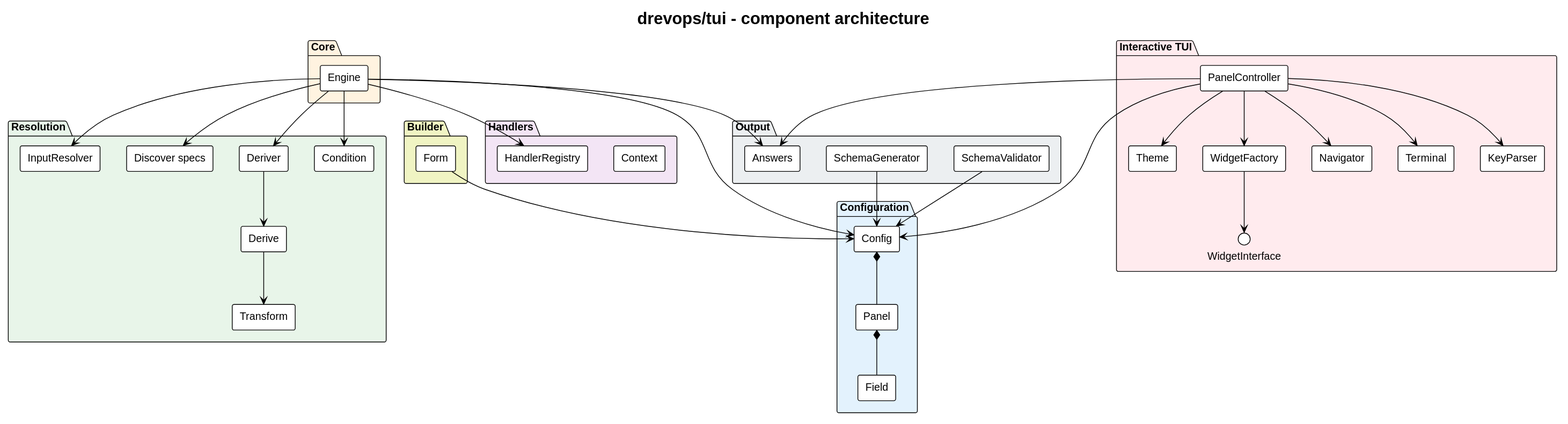
drevops/tui keeps this PlantUML diagram as docs/architecture/architecture.svg. Above is the earlier version. Source of this version:
```plantuml
@startuml
!theme plain
skinparam backgroundColor white
skinparam defaultFontName Helvetica
skinparam shadowing false
skinparam componentStyle rectangle
title drevops/tui - component architecture

package "Builder" #F0F4C3 {
  [Form]
}

package "Configuration" #E3F2FD {
  [Config]
  [Panel]
  [Field]
}

package "Core" #FFF3E0 {
  [Engine]
}

package "Resolution" #E8F5E9 {
  [InputResolver]
  [Discover specs]
  [Deriver]
  [Derive]
  [Transform]
  [Condition]
}

package "Handlers" #F3E5F5 {
  [HandlerRegistry]
  [Context]
}

package "Output" #ECEFF1 {
  [Answers]
  [SchemaGenerator]
  [SchemaValidator]
}

package "Interactive TUI" #FFEBEE {
  [PanelController]
  [Theme]
  [WidgetFactory]
  interface WidgetInterface
  [Navigator]
  [Terminal]
  [KeyParser]
}

[Form] --> [Config]
[Config] *-- [Panel]
[Panel] *-- [Field]

[Engine] --> [Config]
[Engine] --> [InputResolver]
[Engine] --> [Discover specs]
[Engine] --> [Deriver]
[Deriver] --> [Derive]
[Derive] --> [Transform]
[Engine] --> [Condition]
[Engine] --> [HandlerRegistry]
[Engine] --> [Answers]

[SchemaGenerator] --> [Config]
[SchemaValidator] --> [Config]

[PanelController] --> [Config]
[PanelController] --> [Theme]
[PanelController] --> [WidgetFactory]
[WidgetFactory] --> WidgetInterface
[PanelController] --> [Navigator]
[PanelController] --> [Terminal]
[PanelController] --> [KeyParser]
[PanelController] --> [Answers]
@enduml
```
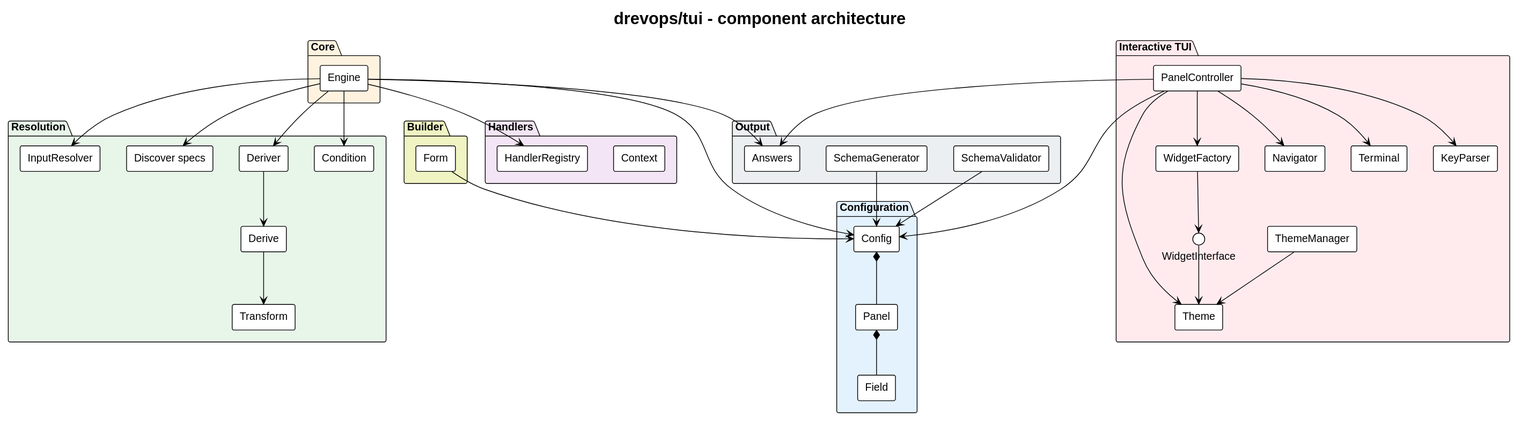
The same file after the commit.

Diff of the diagram source:
```diff
@@ -42,6 +42,7 @@
 
 package "Interactive TUI" #FFEBEE {
   [PanelController]
+  [ThemeManager]
   [Theme]
   [WidgetFactory]
   interface WidgetInterface
@@ -68,9 +69,11 @@
 [SchemaValidator] --> [Config]
 
 [PanelController] --> [Config]
+[ThemeManager] --> [Theme]
 [PanelController] --> [Theme]
 [PanelController] --> [WidgetFactory]
 [WidgetFactory] --> WidgetInterface
+WidgetInterface --> [Theme]
 [PanelController] --> [Navigator]
 [PanelController] --> [Terminal]
 [PanelController] --> [KeyParser]
```
